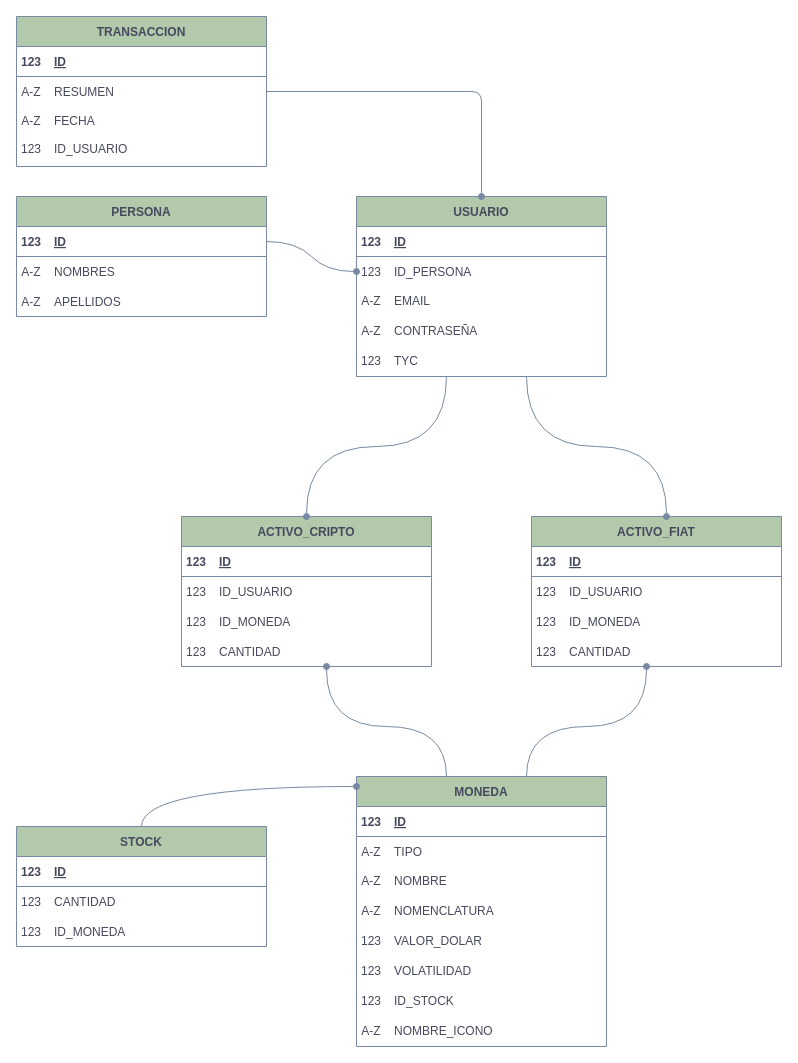
Before: Extras/DiagramaBD.drawio in Faus142005/CriptoWallet, a draw.io diagram. Source tidied: cells renumbered, new cells numbered last; positions are measured from the earlier drawing's top-left corner, leaving out a move shared by most shapes. Both pictures are drawn from the tidied source at 100%, with x=0, y=0 at pixel (16, 16).
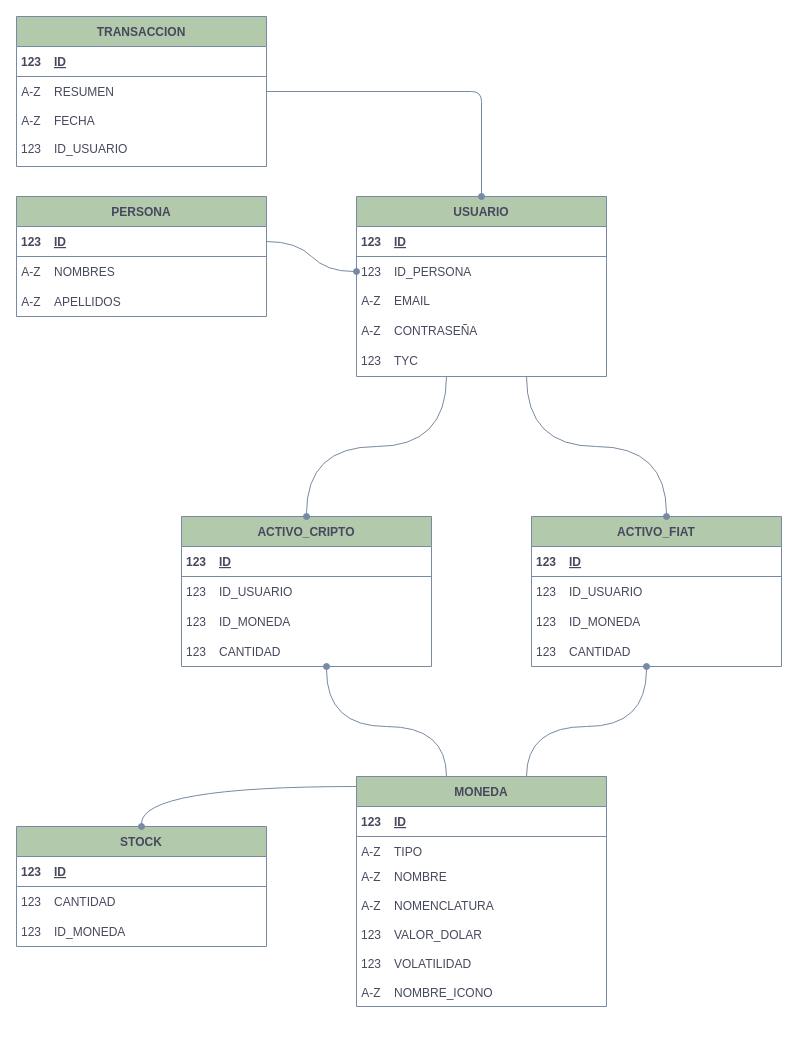
The same page after the edit.

The change refers to these unchanged cells:
```xml
<mxCell id="99" value="STOCK" style="shape=table;startSize=30;childLayout=tableLayout;rowLines=0;fontStyle=1;align=center;labelBackgroundColor=none;fillColor=#B2C9AB;strokeColor=#788AA3;fontColor=#46495D;columnLines=0;" parent="1" vertex="1">
  <mxGeometry y="810" width="250" height="120" as="geometry" />
</mxCell>
```

Change to the diagram source:
```diff
@@
     <mxCell id="73" style="group;" parent="1" vertex="1">
-      <mxGeometry x="340" y="760" width="250" height="270" as="geometry" />
+      <mxGeometry x="340" y="760" width="250" height="260" as="geometry" />
     </mxCell>
     <mxCell id="74" value="MONEDA" style="shape=table;startSize=30;childLayout=tableLayout;rowLines=0;fontStyle=1;align=center;labelBackgroundColor=none;fillColor=#B2C9AB;strokeColor=#788AA3;fontColor=#46495D;columnLines=0;" parent="73" vertex="1">
-      <mxGeometry width="250" height="270" as="geometry" />
+      <mxGeometry width="250" height="230" as="geometry" />
     </mxCell>
@@
     <mxCell id="84" value="NOMBRE" style="shape=partialRectangle;overflow=hidden;fillColor=none;top=0;left=0;bottom=0;right=0;align=left;spacingLeft=6;labelBackgroundColor=none;strokeColor=#788AA3;fontColor=#46495D;" parent="73" vertex="1">
-      <mxGeometry x="30" y="89" width="220" height="30" as="geometry" />
+      <mxGeometry x="30" y="85.7" width="220" height="28.9" as="geometry" />
     </mxCell>
     <mxCell id="85" value="A-Z" style="shape=partialRectangle;overflow=hidden;fillColor=none;top=0;left=0;bottom=0;right=0;labelBackgroundColor=none;strokeColor=#788AA3;fontColor=#46495D;" parent="73" vertex="1">
-      <mxGeometry y="89" width="30" height="30" as="geometry" />
+      <mxGeometry y="85.7" width="30" height="28.9" as="geometry" />
     </mxCell>
     <mxCell id="86" value="NOMENCLATURA" style="shape=partialRectangle;overflow=hidden;fillColor=none;top=0;left=0;bottom=0;right=0;align=left;spacingLeft=6;labelBackgroundColor=none;strokeColor=#788AA3;fontColor=#46495D;" parent="73" vertex="1">
-      <mxGeometry x="30" y="119" width="220" height="30" as="geometry" />
+      <mxGeometry x="30" y="114.6" width="220" height="28.9" as="geometry" />
     </mxCell>
     <mxCell id="87" value="A-Z" style="shape=partialRectangle;overflow=hidden;fillColor=none;top=0;left=0;bottom=0;right=0;labelBackgroundColor=none;strokeColor=#788AA3;fontColor=#46495D;" parent="73" vertex="1">
-      <mxGeometry y="119" width="30" height="30" as="geometry" />
+      <mxGeometry y="114.6" width="30" height="28.9" as="geometry" />
     </mxCell>
     <mxCell id="88" value="123" style="shape=partialRectangle;overflow=hidden;fillColor=none;top=0;left=0;bottom=0;right=0;labelBackgroundColor=none;strokeColor=#788AA3;fontColor=#46495D;" parent="73" vertex="1">
-      <mxGeometry y="149" width="30" height="30" as="geometry" />
+      <mxGeometry y="143.5" width="30" height="28.9" as="geometry" />
     </mxCell>
     <mxCell id="89" value="VALOR_DOLAR" style="shape=partialRectangle;overflow=hidden;fillColor=none;top=0;left=0;bottom=0;right=0;align=left;spacingLeft=6;labelBackgroundColor=none;strokeColor=#788AA3;fontColor=#46495D;" parent="73" vertex="1">
-      <mxGeometry x="30" y="149" width="220" height="30" as="geometry" />
+      <mxGeometry x="30" y="143.5" width="220" height="28.9" as="geometry" />
     </mxCell>
     <mxCell id="90" value="123" style="shape=partialRectangle;overflow=hidden;fillColor=none;top=0;left=0;bottom=0;right=0;labelBackgroundColor=none;strokeColor=#788AA3;fontColor=#46495D;" parent="73" vertex="1">
-      <mxGeometry y="179" width="30" height="30" as="geometry" />
+      <mxGeometry y="172.4" width="30" height="28.9" as="geometry" />
     </mxCell>
     <mxCell id="91" value="VOLATILIDAD" style="shape=partialRectangle;overflow=hidden;fillColor=none;top=0;left=0;bottom=0;right=0;align=left;spacingLeft=6;labelBackgroundColor=none;strokeColor=#788AA3;fontColor=#46495D;" parent="73" vertex="1">
-      <mxGeometry x="30" y="179" width="220" height="30" as="geometry" />
+      <mxGeometry x="30" y="172.4" width="220" height="28.9" as="geometry" />
     </mxCell>
-    <mxCell id="92" value="123" style="shape=partialRectangle;overflow=hidden;fillColor=none;top=0;left=0;bottom=0;right=0;labelBackgroundColor=none;strokeColor=#788AA3;fontColor=#46495D;" parent="73" vertex="1">
-      <mxGeometry y="209" width="30" height="30" as="geometry" />
-    </mxCell>
-    <mxCell id="93" value="ID_STOCK" style="shape=partialRectangle;overflow=hidden;fillColor=none;top=0;left=0;bottom=0;right=0;align=left;spacingLeft=6;labelBackgroundColor=none;strokeColor=#788AA3;fontColor=#46495D;" parent="73" vertex="1">
-      <mxGeometry x="30" y="209" width="220" height="30" as="geometry" />
+    <mxCell id="93" style="shape=partialRectangle;overflow=hidden;fillColor=none;top=0;left=0;bottom=0;right=0;align=left;spacingLeft=6;labelBackgroundColor=none;strokeColor=#788AA3;fontColor=#46495D;" parent="73" vertex="1">
+      <mxGeometry x="30" y="201.3" width="220" height="28.9" as="geometry" />
     </mxCell>
     <mxCell id="94" value="A-Z" style="shape=partialRectangle;overflow=hidden;fillColor=none;top=0;left=0;bottom=0;right=0;labelBackgroundColor=none;strokeColor=#788AA3;fontColor=#46495D;" parent="73" vertex="1">
-      <mxGeometry y="239" width="30" height="30" as="geometry" />
+      <mxGeometry y="201.1" width="30" height="28.9" as="geometry" />
     </mxCell>
     <mxCell id="95" value="NOMBRE_ICONO" style="shape=partialRectangle;overflow=hidden;fillColor=none;top=0;left=0;bottom=0;right=0;align=left;spacingLeft=6;labelBackgroundColor=none;strokeColor=#788AA3;fontColor=#46495D;" parent="73" vertex="1">
-      <mxGeometry x="30" y="239" width="220" height="30" as="geometry" />
+      <mxGeometry x="30" y="201.1" width="220" height="28.9" as="geometry" />
     </mxCell>
@@
-    <mxCell id="98" style="edgeStyle=orthogonalEdgeStyle;rounded=0;jettySize=auto;html=1;strokeColor=#788AA3;fontColor=#46495D;fillColor=#B2C9AB;curved=1;endArrow=oval;endFill=1;" parent="1" edge="1" source="99" target="74">
-      <mxGeometry relative="1" as="geometry">
-        <Array as="points">
-          <mxPoint x="125" y="770" />
-        </Array>
-      </mxGeometry>
-    </mxCell>
@@
+    <mxCell id="98" style="edgeStyle=orthogonalEdgeStyle;rounded=0;jettySize=auto;html=1;strokeColor=#788AA3;fontColor=#46495D;fillColor=#B2C9AB;curved=1;endArrow=none;endFill=0;startArrow=oval;startFill=1;" parent="1" edge="1" source="99" target="74">
+      <mxGeometry relative="1" as="geometry">
+        <Array as="points">
+          <mxPoint x="125" y="770" />
+        </Array>
+      </mxGeometry>
+    </mxCell>
```
